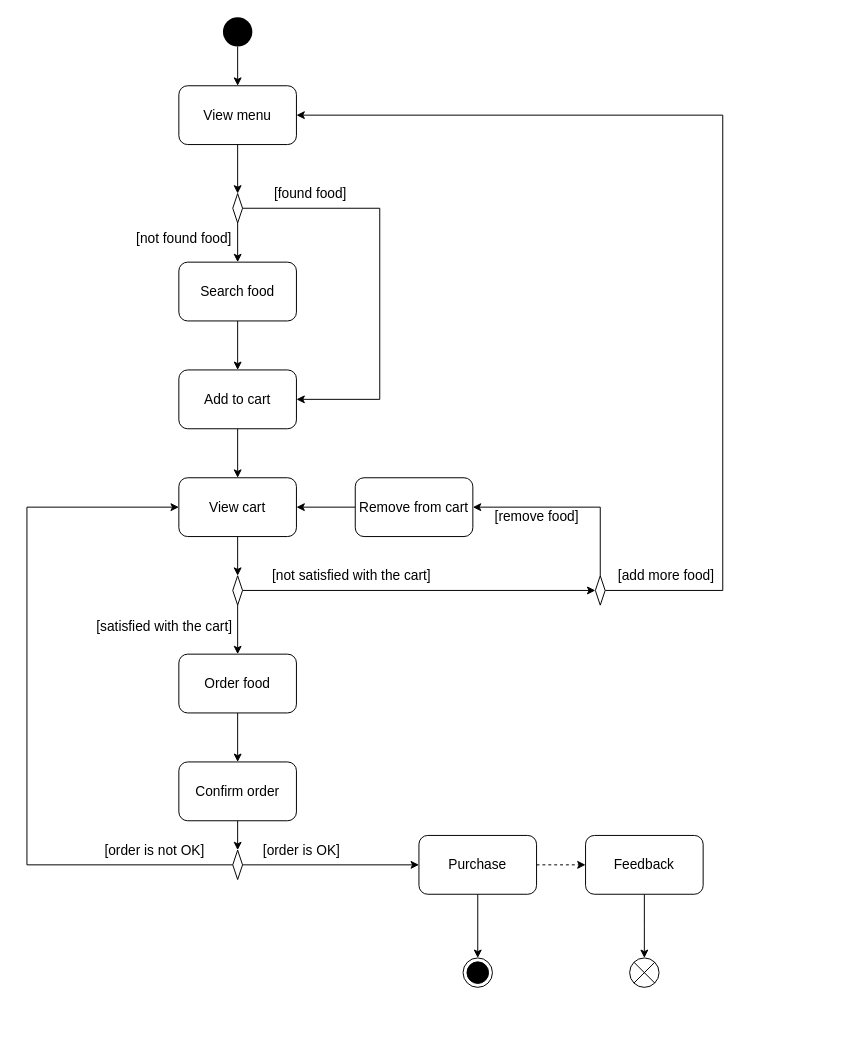
Above: requirements/activity/activity.drawio in thanhtoan1742/OWCA_POS (draw.io), before the change. Source tidied: cells renumbered, new cells numbered last; positions are measured from the earlier drawing's top-left corner, leaving out a move shared by most shapes. Both pictures are drawn from the tidied source at 98%, with x=0, y=0 at pixel (26, 17).
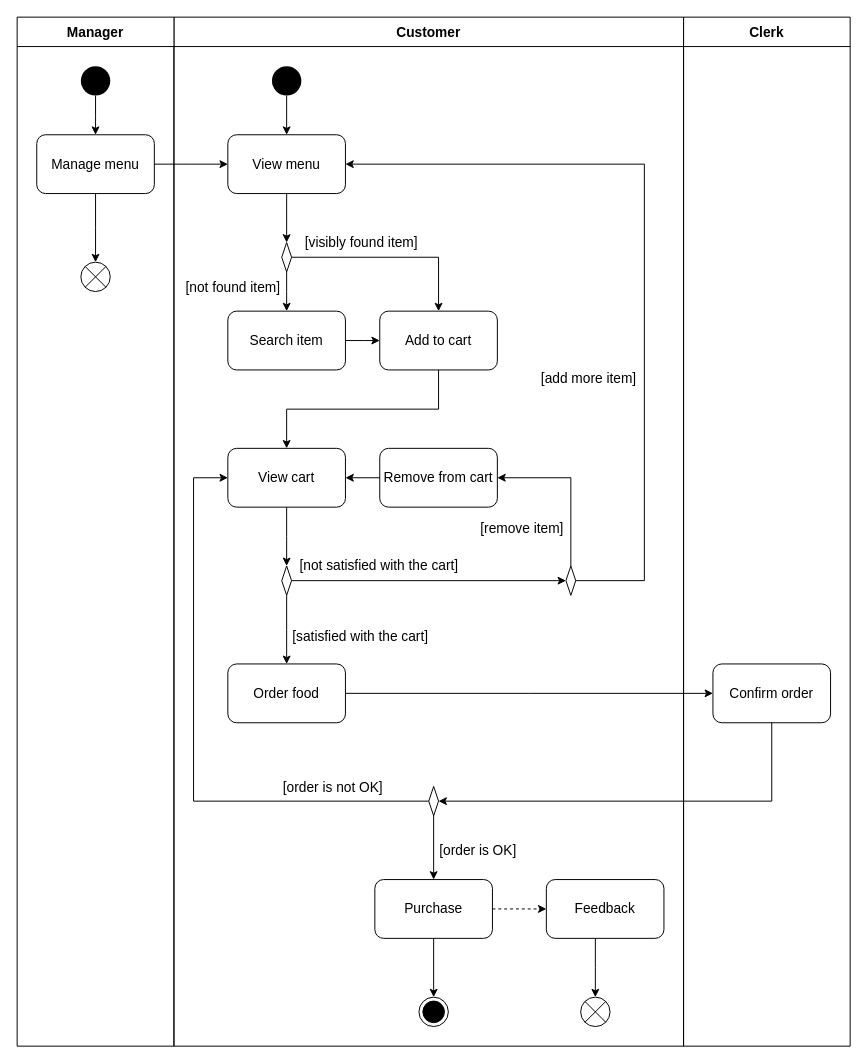
Above is the later version.

Diff of the diagram source:
```diff
@@
+    <mxCell id="37" value="Clerk" style="swimlane;startSize=30;fontSize=14;" parent="1" vertex="1">
+      <mxGeometry x="670" width="170" height="1050" as="geometry" />
+    </mxCell>
+    <mxCell id="19" value="Confirm order" style="rounded=1;whiteSpace=wrap;html=1;fontSize=14;" parent="37" vertex="1">
+      <mxGeometry x="30" y="660" width="120" height="60" as="geometry" />
+    </mxCell>
+    <mxCell id="38" value="Customer" style="swimlane;startSize=30;fontSize=14;" parent="1" vertex="1">
+      <mxGeometry x="150" width="520" height="1050" as="geometry" />
+    </mxCell>
+    <mxCell id="17" value="Order food" style="rounded=1;whiteSpace=wrap;html=1;fontSize=14;" parent="38" vertex="1">
+      <mxGeometry x="55" y="660" width="120" height="60" as="geometry" />
+    </mxCell>
+    <mxCell id="27" value="Remove from cart" style="rounded=1;whiteSpace=wrap;html=1;fontSize=14;" parent="38" vertex="1">
+      <mxGeometry x="210" y="440" width="120" height="60" as="geometry" />
+    </mxCell>
+    <mxCell id="34" value="Feedback" style="rounded=1;whiteSpace=wrap;html=1;fontSize=14;" parent="38" vertex="1">
+      <mxGeometry x="380" y="880" width="120" height="60" as="geometry" />
+    </mxCell>
+    <mxCell id="36" style="shape=sumEllipse;perimeter=ellipsePerimeter;whiteSpace=wrap;html=1;backgroundOutline=1;" parent="38" vertex="1">
+      <mxGeometry x="415" y="1000" width="30" height="30" as="geometry" />
+    </mxCell>
+    <mxCell id="33" style="edgeStyle=elbowEdgeStyle;rounded=0;jettySize=auto;html=1;endArrow=classic;endFill=1;" parent="38" edge="1" source="34" target="36">
+      <mxGeometry relative="1" as="geometry" />
+    </mxCell>
+    <mxCell id="32" value="Purchase" style="rounded=1;whiteSpace=wrap;html=1;fontSize=14;" parent="38" vertex="1">
+      <mxGeometry x="205" y="880" width="120" height="60" as="geometry" />
+    </mxCell>
+    <mxCell id="30" style="edgeStyle=orthogonalEdgeStyle;rounded=0;jettySize=auto;html=1;fontSize=14;endArrow=classic;endFill=1;dashed=1;" parent="38" edge="1" source="32" target="34">
+      <mxGeometry relative="1" as="geometry" />
+    </mxCell>
+    <mxCell id="35" style="ellipse;html=1;shape=endState;fillColor=#000000;strokeColor=#000000;fontSize=14;" parent="38" vertex="1">
+      <mxGeometry x="250" y="1000" width="30" height="30" as="geometry" />
+    </mxCell>
+    <mxCell id="31" style="edgeStyle=orthogonalEdgeStyle;rounded=0;jettySize=auto;html=1;fontSize=14;endArrow=classic;endFill=1;" parent="38" edge="1" source="32" target="35">
+      <mxGeometry relative="1" as="geometry" />
+    </mxCell>
+    <mxCell id="22" style="rhombus;whiteSpace=wrap;html=1;fontSize=14;" parent="38" vertex="1">
+      <mxGeometry x="260" y="785" width="10" height="30" as="geometry" />
+    </mxCell>
+    <mxCell id="21" value="[order is OK]" style="edgeStyle=orthogonalEdgeStyle;rounded=0;jettySize=auto;html=1;fontSize=14;endArrow=classic;endFill=1;" parent="38" edge="1" source="22" target="32">
+      <mxGeometry x="0.08" y="45" relative="1" as="geometry" />
+    </mxCell>
@@
     <mxCell id="3" style="ellipse;fillColor=#000000;strokeColor=none;fontSize=14;" parent="1" vertex="1">
-      <mxGeometry x="200" width="30" height="30" as="geometry" />
+      <mxGeometry x="250" y="50" width="30" height="30" as="geometry" />
     </mxCell>
-    <mxCell id="4" style="edgeStyle=orthogonalEdgeStyle;rounded=0;jettySize=auto;html=1;endArrow=classic;endFill=1;fontSize=14;" parent="1" edge="1" source="6" target="10">
+    <mxCell id="4" style="edgeStyle=elbowEdgeStyle;rounded=0;jettySize=auto;html=1;endArrow=classic;endFill=1;fontSize=14;" parent="1" edge="1" source="6" target="10">
       <mxGeometry relative="1" as="geometry" />
     </mxCell>
-    <mxCell id="5" value="[found food]" style="edgeStyle=elbowEdgeStyle;rounded=0;jettySize=auto;html=1;endArrow=classic;endFill=1;fontSize=14;" parent="1" edge="1" source="10" target="12">
-      <mxGeometry x="-0.67" y="15" relative="1" as="geometry">
+    <mxCell id="5" value="[visibly found item]" style="edgeStyle=elbowEdgeStyle;rounded=0;jettySize=auto;html=1;endArrow=classic;endFill=1;fontSize=14;" parent="1" edge="1" source="10" target="12">
+      <mxGeometry x="-0.32" y="15" relative="1" as="geometry">
         <Array as="points">
-          <mxPoint x="360" y="350" />
+          <mxPoint x="420" y="330" />
         </Array>
+        <mxPoint x="1" as="offset" />
       </mxGeometry>
     </mxCell>
     <mxCell id="6" value="View menu" style="rounded=1;whiteSpace=wrap;html=1;fontSize=14;" parent="1" vertex="1">
-      <mxGeometry x="155" y="70" width="120" height="60" as="geometry" />
+      <mxGeometry x="205" y="120" width="120" height="60" as="geometry" />
     </mxCell>
-    <mxCell id="7" style="edgeStyle=orthogonalEdgeStyle;rounded=0;jettySize=auto;html=1;fontSize=14;endArrow=classic;endFill=1;" parent="1" edge="1" source="8" target="12">
+    <mxCell id="7" style="edgeStyle=elbowEdgeStyle;rounded=0;jettySize=auto;html=1;fontSize=14;endArrow=classic;endFill=1;" parent="1" edge="1" source="8" target="12">
       <mxGeometry relative="1" as="geometry" />
     </mxCell>
-    <mxCell id="8" value="Search food" style="rounded=1;whiteSpace=wrap;html=1;fontSize=14;" parent="1" vertex="1">
-      <mxGeometry x="155" y="250" width="120" height="60" as="geometry" />
+    <mxCell id="8" value="Search item" style="rounded=1;whiteSpace=wrap;html=1;fontSize=14;" parent="1" vertex="1">
+      <mxGeometry x="205" y="300" width="120" height="60" as="geometry" />
     </mxCell>
-    <mxCell id="9" value="[not found food]" style="edgeStyle=orthogonalEdgeStyle;rounded=0;jettySize=auto;html=1;endArrow=classic;endFill=1;fontSize=14;" parent="1" edge="1" source="10" target="8">
-      <mxGeometry x="-0.2" y="-55" relative="1" as="geometry">
-        <Array as="points">
-          <mxPoint x="215" y="260" />
-          <mxPoint x="215" y="260" />
-        </Array>
-      </mxGeometry>
+    <mxCell id="9" value="[not found item]" style="edgeStyle=elbowEdgeStyle;rounded=0;jettySize=auto;html=1;endArrow=classic;endFill=1;fontSize=14;" parent="1" edge="1" source="10" target="8">
+      <mxGeometry x="-0.2" y="-55" relative="1" as="geometry" />
     </mxCell>
     <mxCell id="10" style="rhombus;whiteSpace=wrap;html=1;fontSize=14;" parent="1" vertex="1">
-      <mxGeometry x="210" y="180" width="10" height="30" as="geometry" />
+      <mxGeometry x="260" y="230" width="10" height="30" as="geometry" />
     </mxCell>
-    <mxCell id="11" style="edgeStyle=none;rounded=0;jettySize=auto;html=1;entryX=0.5;entryY=0;entryDx=0;entryDy=0;fontSize=14;endArrow=classic;endFill=1;" parent="1" edge="1" source="12" target="29">
+    <mxCell id="11" style="edgeStyle=elbowEdgeStyle;rounded=0;jettySize=auto;html=1;fontSize=14;endArrow=classic;endFill=1;elbow=vertical;" parent="1" edge="1" source="12" target="29">
       <mxGeometry relative="1" as="geometry" />
     </mxCell>
     <mxCell id="12" value="Add to cart" style="rounded=1;whiteSpace=wrap;html=1;fontSize=14;" parent="1" vertex="1">
-      <mxGeometry x="155" y="360" width="120" height="60" as="geometry" />
+      <mxGeometry x="360" y="300" width="120" height="60" as="geometry" />
     </mxCell>
     <mxCell id="13" value="[not satisfied with the cart]" style="edgeStyle=orthogonalEdgeStyle;rounded=0;jettySize=auto;html=1;fontSize=14;endArrow=classic;endFill=1;" parent="1" edge="1" source="15" target="24">
-      <mxGeometry x="-0.39" y="15" relative="1" as="geometry">
-        <mxPoint x="1" as="offset" />
+      <mxGeometry x="-0.36" y="15" relative="1" as="geometry">
+        <mxPoint x="-1" as="offset" />
       </mxGeometry>
     </mxCell>
-    <mxCell id="14" value="[satisfied with the cart]" style="edgeStyle=none;rounded=0;jettySize=auto;html=1;fontSize=14;endArrow=classic;endFill=1;" parent="1" edge="1" source="15" target="17">
-      <mxGeometry x="-0.14" y="-75" relative="1" as="geometry" />
+    <mxCell id="14" value="[satisfied with the cart]" style="edgeStyle=elbowEdgeStyle;rounded=0;jettySize=auto;html=1;fontSize=14;endArrow=classic;endFill=1;" parent="1" edge="1" source="15" target="17">
+      <mxGeometry x="0.21" y="75" relative="1" as="geometry" />
     </mxCell>
     <mxCell id="15" style="rhombus;whiteSpace=wrap;html=1;fontSize=14;" parent="1" vertex="1">
-      <mxGeometry x="210" y="570" width="10" height="30" as="geometry" />
+      <mxGeometry x="260" y="560" width="10" height="30" as="geometry" />
     </mxCell>
-    <mxCell id="16" style="edgeStyle=orthogonalEdgeStyle;rounded=0;jettySize=auto;html=1;fontSize=14;endArrow=classic;endFill=1;" parent="1" edge="1" source="17" target="19">
+    <mxCell id="16" style="edgeStyle=elbowEdgeStyle;rounded=0;jettySize=auto;html=1;fontSize=14;endArrow=classic;endFill=1;" parent="1" edge="1" source="17" target="19">
       <mxGeometry relative="1" as="geometry" />
     </mxCell>
-    <mxCell id="17" value="Order food" style="rounded=1;whiteSpace=wrap;html=1;fontSize=14;" parent="1" vertex="1">
-      <mxGeometry x="155" y="650" width="120" height="60" as="geometry" />
-    </mxCell>
-    <mxCell id="18" style="edgeStyle=none;rounded=0;jettySize=auto;html=1;fontSize=14;endArrow=classic;endFill=1;" parent="1" edge="1" source="19" target="22">
-      <mxGeometry relative="1" as="geometry" />
+    <mxCell id="18" style="edgeStyle=elbowEdgeStyle;rounded=0;jettySize=auto;html=1;fontSize=14;endArrow=classic;endFill=1;" parent="1" edge="1" source="19" target="22">
+      <mxGeometry relative="1" as="geometry">
+        <Array as="points">
+          <mxPoint x="760" y="800" />
+          <mxPoint x="730" y="750" />
+        </Array>
+      </mxGeometry>
     </mxCell>
-    <mxCell id="19" value="Confirm order" style="rounded=1;whiteSpace=wrap;html=1;fontSize=14;" parent="1" vertex="1">
-      <mxGeometry x="155" y="760" width="120" height="60" as="geometry" />
-    </mxCell>
-    <mxCell id="20" value="[order is not OK]" style="edgeStyle=orthogonalEdgeStyle;rounded=0;jettySize=auto;html=1;fontSize=14;endArrow=classic;endFill=1;" parent="1" edge="1" source="22" target="29">
-      <mxGeometry x="-0.78" y="-15" relative="1" as="geometry">
+    <mxCell id="20" value="[order is not OK]" style="edgeStyle=elbowEdgeStyle;rounded=0;jettySize=auto;html=1;fontSize=14;endArrow=classic;endFill=1;" parent="1" edge="1" source="22" target="29">
+      <mxGeometry x="-0.68" y="-14" relative="1" as="geometry">
         <Array as="points">
-          <mxPoint y="865" />
-          <mxPoint y="500" />
+          <mxPoint x="170" y="630" />
         </Array>
+        <mxPoint x="-1" as="offset" />
       </mxGeometry>
     </mxCell>
-    <mxCell id="21" value="[order is OK]" style="edgeStyle=orthogonalEdgeStyle;rounded=0;jettySize=auto;html=1;fontSize=14;endArrow=classic;endFill=1;" parent="1" edge="1" source="22" target="32">
-      <mxGeometry x="-0.33" y="15" relative="1" as="geometry" />
-    </mxCell>
-    <mxCell id="22" style="rhombus;whiteSpace=wrap;html=1;fontSize=14;" parent="1" vertex="1">
-      <mxGeometry x="210" y="850" width="10" height="30" as="geometry" />
-    </mxCell>
-    <mxCell id="23" value="[add more food]" style="edgeStyle=elbowEdgeStyle;rounded=0;jettySize=auto;html=1;fontSize=14;endArrow=classic;endFill=1;" parent="1" edge="1" source="24" target="6">
-      <mxGeometry x="-0.88" y="15" relative="1" as="geometry">
+    <mxCell id="23" value="[add more item]" style="edgeStyle=elbowEdgeStyle;rounded=0;jettySize=auto;html=1;fontSize=14;endArrow=classic;endFill=1;" parent="1" edge="1" source="24" target="6">
+      <mxGeometry x="-0.31" y="57" relative="1" as="geometry">
         <Array as="points">
-          <mxPoint x="710" y="340" />
+          <mxPoint x="630" y="390" />
         </Array>
       </mxGeometry>
     </mxCell>
     <mxCell id="24" style="rhombus;whiteSpace=wrap;html=1;fontSize=14;" parent="1" vertex="1">
-      <mxGeometry x="580" y="570" width="10" height="30" as="geometry" />
+      <mxGeometry x="550" y="560" width="10" height="30" as="geometry" />
     </mxCell>
-    <mxCell id="25" style="edgeStyle=none;rounded=0;jettySize=auto;html=1;fontSize=14;endArrow=classic;endFill=1;" parent="1" edge="1" source="27" target="29">
+    <mxCell id="25" style="edgeStyle=elbowEdgeStyle;rounded=0;jettySize=auto;html=1;fontSize=14;endArrow=classic;endFill=1;" parent="1" edge="1" source="27" target="29">
       <mxGeometry relative="1" as="geometry" />
     </mxCell>
-    <mxCell id="26" value="[remove food]" style="edgeStyle=elbowEdgeStyle;rounded=0;jettySize=auto;html=1;fontSize=14;endArrow=classic;endFill=1;" parent="1" edge="1" source="24" target="27">
-      <mxGeometry x="0.35" y="10" relative="1" as="geometry">
+    <mxCell id="26" value="[remove item]" style="edgeStyle=elbowEdgeStyle;rounded=0;jettySize=auto;html=1;fontSize=14;endArrow=classic;endFill=1;" parent="1" edge="1" source="24" target="27">
+      <mxGeometry x="-0.55" y="50" relative="1" as="geometry">
         <Array as="points">
-          <mxPoint x="585" y="540" />
+          <mxPoint x="555" y="520" />
+          <mxPoint x="700" y="510" />
+          <mxPoint x="635" y="530" />
         </Array>
+        <mxPoint y="-1" as="offset" />
       </mxGeometry>
     </mxCell>
-    <mxCell id="27" value="Remove from cart" style="rounded=1;whiteSpace=wrap;html=1;fontSize=14;" parent="1" vertex="1">
-      <mxGeometry x="335" y="470" width="120" height="60" as="geometry" />
-    </mxCell>
-    <mxCell id="28" style="edgeStyle=none;rounded=0;jettySize=auto;html=1;fontSize=14;endArrow=classic;endFill=1;" parent="1" edge="1" source="29" target="15">
+    <mxCell id="28" style="edgeStyle=elbowEdgeStyle;rounded=0;jettySize=auto;html=1;fontSize=14;endArrow=classic;endFill=1;" parent="1" edge="1" source="29" target="15">
       <mxGeometry relative="1" as="geometry" />
     </mxCell>
     <mxCell id="29" value="View cart" style="rounded=1;whiteSpace=wrap;html=1;fontSize=14;" parent="1" vertex="1">
-      <mxGeometry x="155" y="470" width="120" height="60" as="geometry" />
+      <mxGeometry x="205" y="440" width="120" height="60" as="geometry" />
     </mxCell>
-    <mxCell id="30" style="edgeStyle=orthogonalEdgeStyle;rounded=0;jettySize=auto;html=1;fontSize=14;endArrow=classic;endFill=1;dashed=1;" parent="1" edge="1" source="32" target="34">
-      <mxGeometry relative="1" as="geometry" />
-    </mxCell>
-    <mxCell id="31" style="edgeStyle=orthogonalEdgeStyle;rounded=0;jettySize=auto;html=1;fontSize=14;endArrow=classic;endFill=1;" parent="1" edge="1" source="32" target="35">
-      <mxGeometry relative="1" as="geometry" />
-    </mxCell>
-    <mxCell id="32" value="Purchase" style="rounded=1;whiteSpace=wrap;html=1;fontSize=14;" parent="1" vertex="1">
-      <mxGeometry x="400" y="835" width="120" height="60" as="geometry" />
-    </mxCell>
-    <mxCell id="33" style="edgeStyle=elbowEdgeStyle;rounded=0;jettySize=auto;html=1;endArrow=classic;endFill=1;" parent="1" edge="1" source="34" target="36">
-      <mxGeometry relative="1" as="geometry" />
-    </mxCell>
-    <mxCell id="34" value="Feedback" style="rounded=1;whiteSpace=wrap;html=1;fontSize=14;" parent="1" vertex="1">
-      <mxGeometry x="570" y="835" width="120" height="60" as="geometry" />
-    </mxCell>
-    <mxCell id="35" style="ellipse;html=1;shape=endState;fillColor=#000000;strokeColor=#000000;fontSize=14;" parent="1" vertex="1">
-      <mxGeometry x="445" y="960" width="30" height="30" as="geometry" />
-    </mxCell>
-    <mxCell id="36" style="shape=sumEllipse;perimeter=ellipsePerimeter;whiteSpace=wrap;html=1;backgroundOutline=1;" parent="1" vertex="1">
-      <mxGeometry x="615" y="960" width="30" height="30" as="geometry" />
-    </mxCell>
+    <mxCell id="39" value="Manager" style="swimlane;startSize=30;fontSize=14;" parent="1" vertex="1">
+      <mxGeometry x="-10" width="160" height="1050" as="geometry" />
+    </mxCell>
+    <mxCell id="40" style="edgeStyle=elbowEdgeStyle;rounded=0;jettySize=auto;elbow=vertical;html=1;fontSize=14;" parent="39" edge="1" source="41" target="44">
+      <mxGeometry relative="1" as="geometry" />
+    </mxCell>
+    <mxCell id="41" value="Manage menu" style="rounded=1;whiteSpace=wrap;html=1;fontSize=14;" parent="39" vertex="1">
+      <mxGeometry x="20" y="120" width="120" height="60" as="geometry" />
+    </mxCell>
+    <mxCell id="42" style="edgeStyle=elbowEdgeStyle;rounded=0;jettySize=auto;elbow=vertical;html=1;fontSize=14;" parent="39" edge="1" source="43" target="41">
+      <mxGeometry relative="1" as="geometry" />
+    </mxCell>
+    <mxCell id="43" style="ellipse;fillColor=#000000;strokeColor=none;fontSize=14;" parent="39" vertex="1">
+      <mxGeometry x="65" y="50" width="30" height="30" as="geometry" />
+    </mxCell>
+    <mxCell id="44" style="shape=sumEllipse;perimeter=ellipsePerimeter;whiteSpace=wrap;html=1;backgroundOutline=1;fontSize=14;" parent="39" vertex="1">
+      <mxGeometry x="65" y="250" width="30" height="30" as="geometry" />
+    </mxCell>
+    <mxCell id="45" style="edgeStyle=elbowEdgeStyle;rounded=0;jettySize=auto;elbow=vertical;html=1;fontSize=14;" parent="1" edge="1" source="41" target="6">
+      <mxGeometry relative="1" as="geometry" />
+    </mxCell>
```
